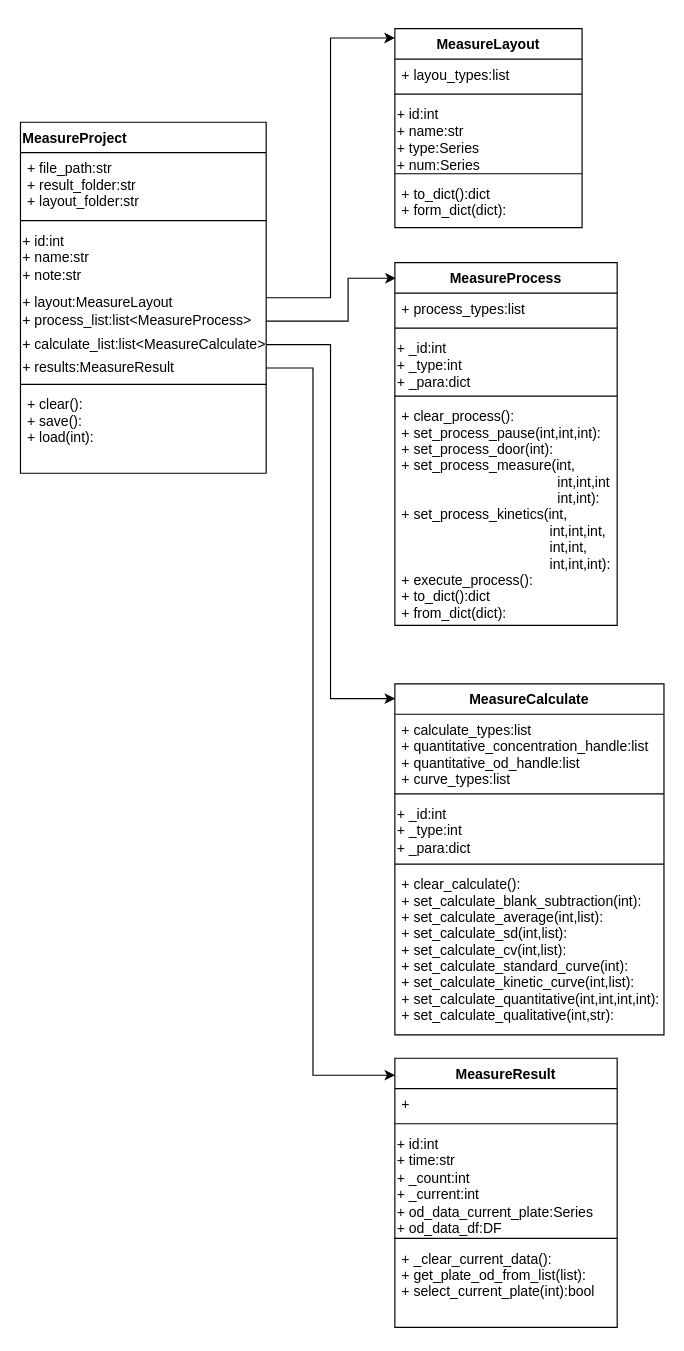
This is page "数据结构" (2 of 2) of microplate_reader_software/diagram.drawio from AngLoong/study_workspaces, a draw.io file, before an edit. Source tidied: cells renumbered, new cells numbered last; positions are measured from the earlier drawing's top-left corner, leaving out a move shared by most shapes. Both pictures are drawn from the tidied source at 117%, with x=0, y=0 at pixel (20, 28).
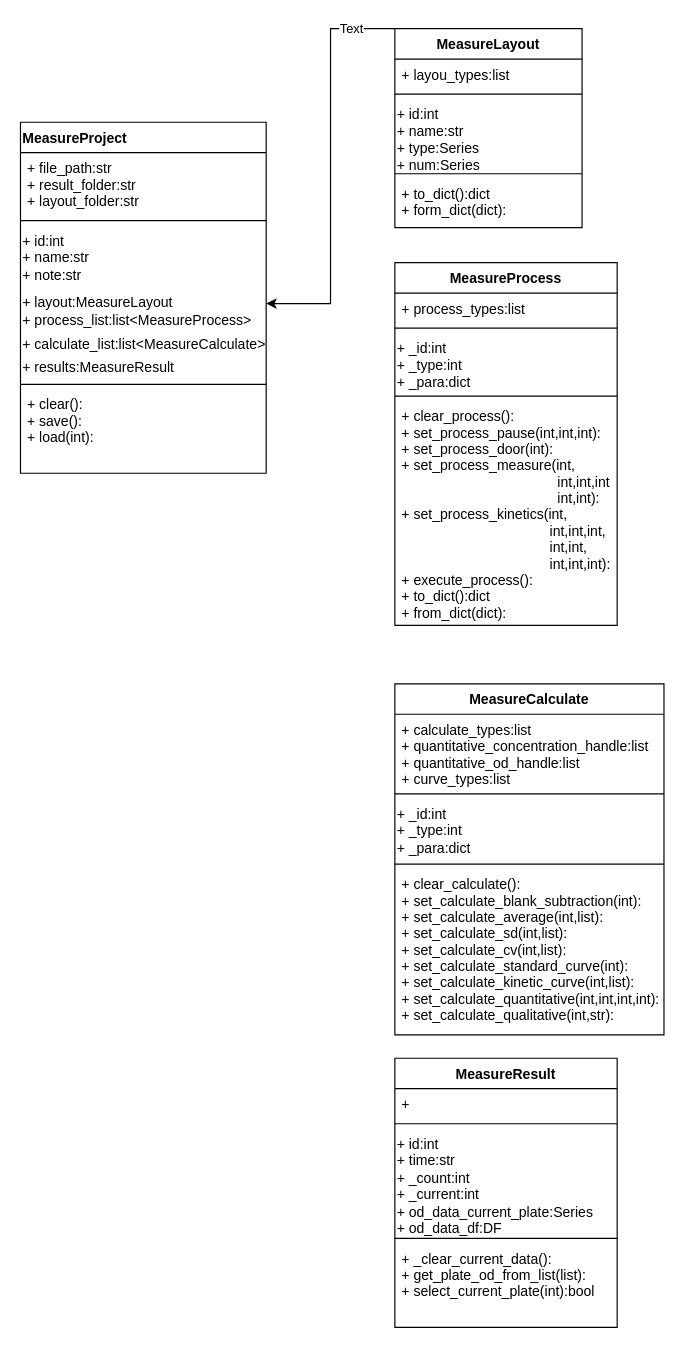
The same page after the edit.

The change refers to these unchanged cells:
```xml
<mxCell id="6" value="+ layout:MeasureLayout" style="text;html=1;strokeColor=none;fillColor=none;align=left;verticalAlign=top;whiteSpace=wrap;rounded=0;" parent="2" vertex="1">
  <mxGeometry y="140" width="210" height="20" as="geometry" />
</mxCell>
<mxCell id="7" value="+ process_list:list&amp;lt;MeasureProcess&amp;gt;" style="text;html=1;strokeColor=none;fillColor=none;align=left;verticalAlign=middle;whiteSpace=wrap;rounded=0;" parent="2" vertex="1">
  <mxGeometry y="160" width="210" height="20" as="geometry" />
</mxCell>
<mxCell id="8" value="+ calculate_list:list&amp;lt;MeasureCalculate&amp;gt;" style="text;html=1;strokeColor=none;fillColor=none;align=left;verticalAlign=middle;whiteSpace=wrap;rounded=0;" parent="2" vertex="1">
  <mxGeometry y="180" width="210" height="20" as="geometry" />
</mxCell>
<mxCell id="9" value="+ results:MeasureResult" style="text;html=1;strokeColor=none;fillColor=none;align=left;verticalAlign=middle;whiteSpace=wrap;rounded=0;" parent="2" vertex="1">
  <mxGeometry y="200" width="210" height="20" as="geometry" />
</mxCell>
<mxCell id="12" value="MeasureLayout" style="swimlane;fontStyle=1;align=center;verticalAlign=top;horizontal=1;startSize=26;" parent="1" vertex="1">
  <mxGeometry x="320" width="160" height="170" as="geometry" />
</mxCell>
<mxCell id="18" value="MeasureProcess" style="swimlane;fontStyle=1;align=center;verticalAlign=top;horizontal=1;startSize=26;" parent="1" vertex="1">
  <mxGeometry x="320" y="200" width="190" height="310" as="geometry" />
</mxCell>
<mxCell id="24" value="MeasureCalculate" style="swimlane;fontStyle=1;align=center;verticalAlign=top;horizontal=1;startSize=26;" parent="1" vertex="1">
  <mxGeometry x="320" y="560" width="230" height="300" as="geometry" />
</mxCell>
<mxCell id="30" value="MeasureResult" style="swimlane;fontStyle=1;align=center;verticalAlign=top;horizontal=1;startSize=26;" parent="1" vertex="1">
  <mxGeometry x="320" y="880" width="190" height="230" as="geometry" />
</mxCell>
```

Diff of the diagram source:
```diff
@@
+    <mxCell id="40" style="edgeStyle=orthogonalEdgeStyle;rounded=0;jettySize=auto;html=1;exitX=0;exitY=0;exitDx=0;exitDy=0;entryX=1;entryY=0.75;entryDx=0;entryDy=0;" parent="1" edge="1" source="12" target="6">
+      <mxGeometry relative="1" as="geometry">
+        <Array as="points">
+          <mxPoint x="265" />
+          <mxPoint x="265" y="235" />
+        </Array>
+      </mxGeometry>
+    </mxCell>
+    <mxCell id="41" value="Text" style="edgeLabel;html=1;align=center;verticalAlign=middle;" parent="40" vertex="1">
+      <mxGeometry x="-0.78" y="-1" relative="1" as="geometry" />
+    </mxCell>
@@
-    <mxCell id="36" style="edgeStyle=orthogonalEdgeStyle;rounded=0;jettySize=auto;html=1;entryX=0;entryY=0.047;entryDx=0;entryDy=0;entryPerimeter=0;" parent="1" edge="1" source="6" target="12">
-      <mxGeometry relative="1" as="geometry" />
-    </mxCell>
-    <mxCell id="37" style="edgeStyle=orthogonalEdgeStyle;rounded=0;jettySize=auto;html=1;exitX=1;exitY=0.5;exitDx=0;exitDy=0;entryX=0.004;entryY=0.043;entryDx=0;entryDy=0;entryPerimeter=0;" parent="1" edge="1" source="7" target="18">
-      <mxGeometry relative="1" as="geometry">
-        <Array as="points">
-          <mxPoint x="280" y="250" />
-          <mxPoint x="280" y="213" />
-        </Array>
-      </mxGeometry>
-    </mxCell>
-    <mxCell id="38" style="edgeStyle=orthogonalEdgeStyle;rounded=0;jettySize=auto;html=1;entryX=0.001;entryY=0.042;entryDx=0;entryDy=0;entryPerimeter=0;" parent="1" edge="1" source="8" target="24">
-      <mxGeometry relative="1" as="geometry" />
-    </mxCell>
-    <mxCell id="39" style="edgeStyle=orthogonalEdgeStyle;rounded=0;jettySize=auto;html=1;entryX=0.001;entryY=0.063;entryDx=0;entryDy=0;entryPerimeter=0;" parent="1" edge="1" source="9" target="30">
-      <mxGeometry relative="1" as="geometry">
-        <Array as="points">
-          <mxPoint x="250" y="290" />
-          <mxPoint x="250" y="895" />
-        </Array>
-      </mxGeometry>
-    </mxCell>
```
